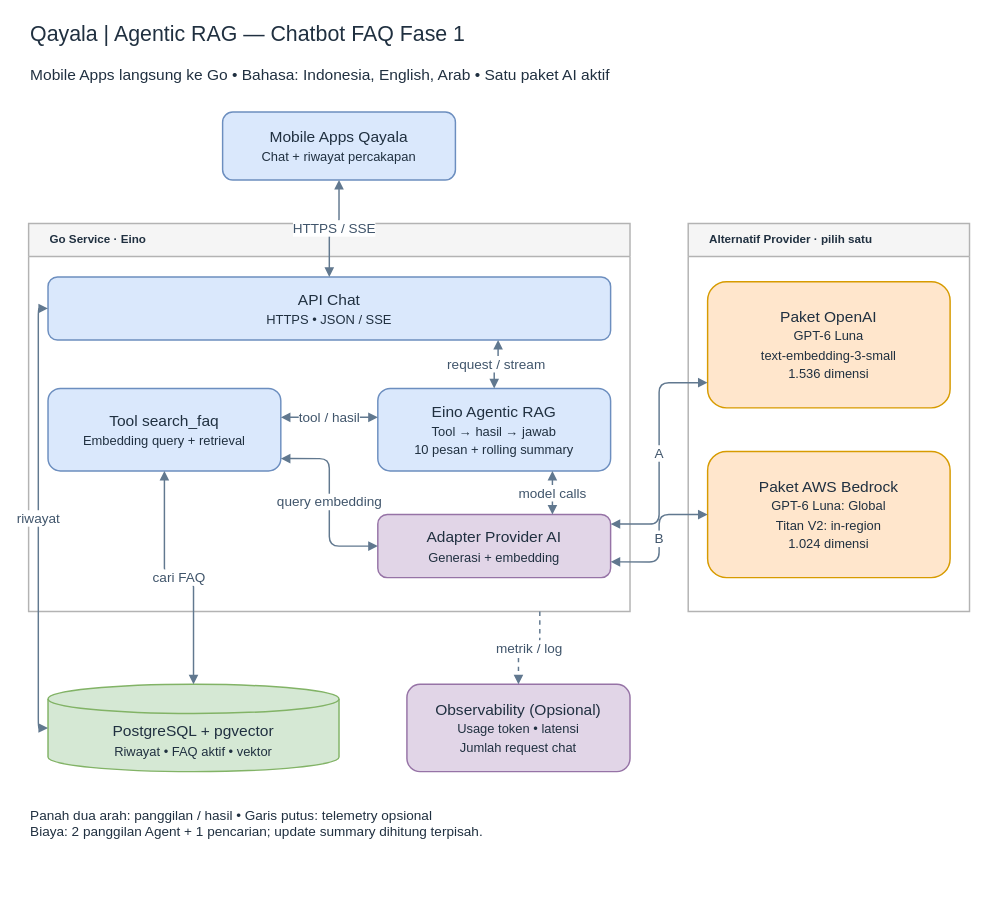
Earlier version of the draw.io diagram docs/qayala/architecture.drawio (adityapnusantara/fantastic). Source tidied: cells renumbered, new cells numbered last; positions are measured from the earlier drawing's top-left corner, leaving out a move shared by most shapes. Both pictures are drawn from the tidied source at 97%, with x=0, y=0 at pixel (28, 16).
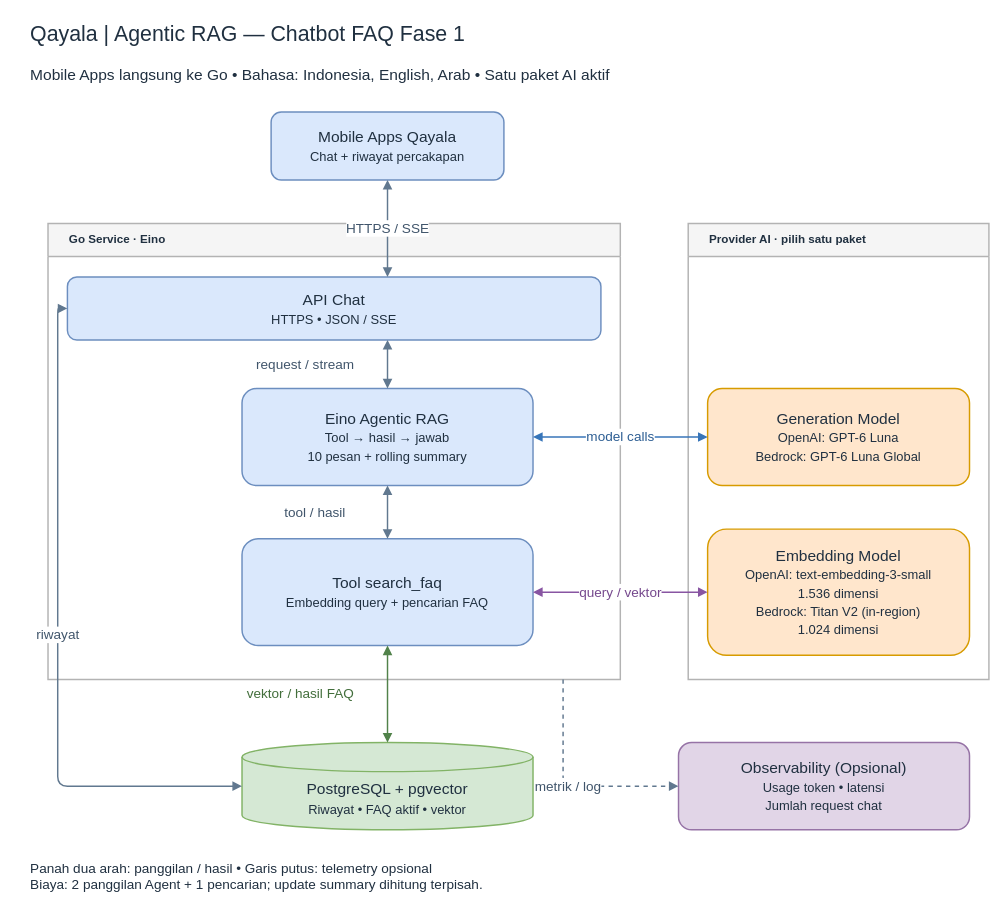
After the change.

Commit message (it also covers changes not shown here):
docs(qayala): refine model flow and cost baseline

Diff of the diagram source:
```diff
@@
     <mxCell id="4" value="Mobile Apps Qayala&lt;br&gt;&lt;small&gt;Chat + riwayat percakapan&lt;/small&gt;" style="rounded=1;whiteSpace=wrap;html=1;fontSize=16;fontColor=#203040;fillColor=#dae8fc;strokeColor=#6c8ebf;strokeWidth=1.5;spacing=10;" parent="1" vertex="1">
-      <mxGeometry x="200" y="98" width="240" height="70" as="geometry" />
+      <mxGeometry x="250" y="98" width="240" height="70" as="geometry" />
     </mxCell>
     <mxCell id="5" value="Go Service · Eino" style="rounded=1;whiteSpace=wrap;html=1;fontSize=16;fontColor=#203040;fillColor=#f5f5f5;strokeColor=#b3b3b3;strokeWidth=1.5;spacing=10;swimlane;startSize=34;horizontal=1;rounded=0;align=left;spacingLeft=12;fontStyle=1;" parent="1" vertex="1">
-      <mxGeometry y="213" width="620" height="400" as="geometry" />
+      <mxGeometry x="20" y="213" width="590" height="470" as="geometry" />
     </mxCell>
     <mxCell id="6" value="API Chat&lt;br&gt;&lt;small&gt;HTTPS • JSON / SSE&lt;/small&gt;" style="rounded=1;whiteSpace=wrap;html=1;fontSize=16;fontColor=#203040;fillColor=#dae8fc;strokeColor=#6c8ebf;strokeWidth=1.5;spacing=10;" parent="5" vertex="1">
-      <mxGeometry x="20" y="55" width="580" height="65" as="geometry" />
+      <mxGeometry x="20" y="55" width="550" height="65" as="geometry" />
     </mxCell>
-    <mxCell id="7" value="Tool search_faq&lt;br&gt;&lt;small&gt;Embedding query + retrieval&lt;/small&gt;" style="rounded=1;whiteSpace=wrap;html=1;fontSize=16;fontColor=#203040;fillColor=#dae8fc;strokeColor=#6c8ebf;strokeWidth=1.5;spacing=10;" parent="5" vertex="1">
-      <mxGeometry x="20" y="170" width="240" height="85" as="geometry" />
+    <mxCell id="7" value="Tool search_faq&lt;br&gt;&lt;small&gt;Embedding query + pencarian FAQ&lt;/small&gt;" style="rounded=1;whiteSpace=wrap;html=1;fontSize=16;fontColor=#203040;fillColor=#dae8fc;strokeColor=#6c8ebf;strokeWidth=1.5;spacing=10;" parent="5" vertex="1">
+      <mxGeometry x="200" y="325" width="300" height="110" as="geometry" />
     </mxCell>
     <mxCell id="8" value="Eino Agentic RAG&lt;br&gt;&lt;small&gt;Tool → hasil → jawab&lt;br&gt;10 pesan + rolling summary&lt;/small&gt;" style="rounded=1;whiteSpace=wrap;html=1;fontSize=16;fontColor=#203040;fillColor=#dae8fc;strokeColor=#6c8ebf;strokeWidth=1.5;spacing=10;" parent="5" vertex="1">
-      <mxGeometry x="360" y="170" width="240" height="85" as="geometry" />
+      <mxGeometry x="200" y="170" width="300" height="100" as="geometry" />
     </mxCell>
-    <mxCell id="9" value="Adapter Provider AI&lt;br&gt;&lt;small&gt;Generasi + embedding&lt;/small&gt;" style="rounded=1;whiteSpace=wrap;html=1;fontSize=16;fontColor=#203040;fillColor=#e1d5e7;strokeColor=#9673a6;strokeWidth=1.5;spacing=10;" parent="5" vertex="1">
-      <mxGeometry x="360" y="300" width="240" height="65" as="geometry" />
-    </mxCell>
-    <mxCell id="10" value="Alternatif Provider · pilih satu" style="rounded=1;whiteSpace=wrap;html=1;fontSize=16;fontColor=#203040;fillColor=#f5f5f5;strokeColor=#b3b3b3;strokeWidth=1.5;spacing=10;swimlane;startSize=34;horizontal=1;rounded=0;align=left;spacingLeft=12;fontStyle=1;" parent="1" vertex="1">
-      <mxGeometry x="680" y="213" width="290" height="400" as="geometry" />
+    <mxCell id="10" value="Provider AI · pilih satu paket" style="rounded=1;whiteSpace=wrap;html=1;fontSize=16;fontColor=#203040;fillColor=#f5f5f5;strokeColor=#b3b3b3;strokeWidth=1.5;spacing=10;swimlane;startSize=34;horizontal=1;rounded=0;align=left;spacingLeft=12;fontStyle=1;" parent="1" vertex="1">
+      <mxGeometry x="680" y="213" width="310" height="470" as="geometry" />
     </mxCell>
-    <mxCell id="11" value="Paket OpenAI&lt;br&gt;&lt;small&gt;GPT-6 Luna&lt;br&gt;text-embedding-3-small&lt;br&gt;1.536 dimensi&lt;/small&gt;" style="rounded=1;whiteSpace=wrap;html=1;fontSize=16;fontColor=#203040;fillColor=#ffe6cc;strokeColor=#d79b00;strokeWidth=1.5;spacing=10;" parent="10" vertex="1">
-      <mxGeometry x="20" y="60" width="250" height="130" as="geometry" />
-    </mxCell>
-    <mxCell id="12" value="Paket AWS Bedrock&lt;br&gt;&lt;small&gt;GPT-6 Luna: Global&lt;br&gt;Titan V2: in-region&lt;br&gt;1.024 dimensi&lt;/small&gt;" style="rounded=1;whiteSpace=wrap;html=1;fontSize=16;fontColor=#203040;fillColor=#ffe6cc;strokeColor=#d79b00;strokeWidth=1.5;spacing=10;" parent="10" vertex="1">
-      <mxGeometry x="20" y="235" width="250" height="130" as="geometry" />
-    </mxCell>
     <mxCell id="13" value="PostgreSQL + pgvector&lt;br&gt;&lt;small&gt;Riwayat • FAQ aktif • vektor&lt;/small&gt;" style="rounded=1;whiteSpace=wrap;html=1;fontSize=16;fontColor=#203040;fillColor=#d5e8d4;strokeColor=#82b366;strokeWidth=1.5;spacing=10;shape=cylinder3;boundedLbl=1;" parent="1" vertex="1">
-      <mxGeometry x="20" y="688" width="300" height="90" as="geometry" />
+      <mxGeometry x="220" y="748" width="300" height="90" as="geometry" />
     </mxCell>
     <mxCell id="14" value="Observability (Opsional)&lt;br&gt;&lt;small&gt;Usage token • latensi&lt;br&gt;Jumlah request chat&lt;/small&gt;" style="rounded=1;whiteSpace=wrap;html=1;fontSize=16;fontColor=#203040;fillColor=#e1d5e7;strokeColor=#9673a6;strokeWidth=1.5;spacing=10;" parent="1" vertex="1">
-      <mxGeometry x="390" y="688" width="230" height="90" as="geometry" />
+      <mxGeometry x="670" y="748" width="300" height="90" as="geometry" />
     </mxCell>
-    <mxCell id="15" value="HTTPS / SSE" style="edgeStyle=orthogonalEdgeStyle;rounded=1;html=1;fontSize=14;fontColor=#40556b;strokeColor=#61788f;strokeWidth=1.5;endArrow=block;endFill=1;labelBackgroundColor=#ffffff;startArrow=block;startFill=1;exitX=0.5;exitY=1;entryX=0.5;entryY=0;" parent="1" edge="1" source="4" target="6">
+    <mxCell id="15" value="HTTPS / SSE" style="edgeStyle=orthogonalEdgeStyle;rounded=1;html=1;fontSize=14;fontColor=#40556b;strokeColor=#61788f;strokeWidth=1.5;endArrow=block;endFill=1;labelBackgroundColor=#ffffff;startArrow=block;startFill=1;exitX=0.5;exitY=1;entryX=0.6;entryY=0;" parent="1" edge="1" source="4" target="6">
       <mxGeometry relative="1" as="geometry" />
     </mxCell>
-    <mxCell id="16" value="request / stream" style="edgeStyle=orthogonalEdgeStyle;rounded=1;html=1;fontSize=14;fontColor=#40556b;strokeColor=#61788f;strokeWidth=1.5;endArrow=block;endFill=1;labelBackgroundColor=#ffffff;exitX=0.8;exitY=1;entryX=0.5;entryY=0;startArrow=block;startFill=1;" parent="5" edge="1" source="6" target="8">
-      <mxGeometry relative="1" as="geometry" />
+    <mxCell id="16" value="request / stream" style="edgeStyle=orthogonalEdgeStyle;rounded=1;html=1;fontSize=14;fontColor=#40556b;strokeColor=#61788f;strokeWidth=1.5;endArrow=block;endFill=1;labelBackgroundColor=#ffffff;startArrow=block;startFill=1;exitX=0.6;exitY=1;entryX=0.5;entryY=0;" parent="5" edge="1" source="6" target="8">
+      <mxGeometry relative="1" as="geometry">
+        <mxPoint x="-85" as="offset" />
+      </mxGeometry>
     </mxCell>
-    <mxCell id="17" value="tool / hasil" style="edgeStyle=orthogonalEdgeStyle;rounded=1;html=1;fontSize=14;fontColor=#40556b;strokeColor=#61788f;strokeWidth=1.5;endArrow=block;endFill=1;labelBackgroundColor=#ffffff;exitX=0;exitY=0.35;entryX=1;entryY=0.35;startArrow=block;startFill=1;" parent="5" edge="1" source="8" target="7">
-      <mxGeometry relative="1" as="geometry" />
+    <mxCell id="17" value="tool / hasil" style="edgeStyle=orthogonalEdgeStyle;rounded=1;html=1;fontSize=14;fontColor=#40556b;strokeColor=#61788f;strokeWidth=1.5;endArrow=block;endFill=1;labelBackgroundColor=#ffffff;startArrow=block;startFill=1;exitX=0.5;exitY=1;entryX=0.5;entryY=0;" parent="5" edge="1" source="8" target="7">
+      <mxGeometry relative="1" as="geometry">
+        <mxPoint x="-75" as="offset" />
+      </mxGeometry>
     </mxCell>
-    <mxCell id="18" value="query embedding" style="edgeStyle=orthogonalEdgeStyle;rounded=1;html=1;fontSize=14;fontColor=#40556b;strokeColor=#61788f;strokeWidth=1.5;endArrow=block;endFill=1;labelBackgroundColor=#ffffff;startArrow=block;startFill=1;exitX=1;exitY=0.85;entryX=0;entryY=0.5;" parent="5" edge="1" source="7" target="9">
-      <mxGeometry relative="1" as="geometry" />
-    </mxCell>
-    <mxCell id="19" value="model calls" style="edgeStyle=orthogonalEdgeStyle;rounded=1;html=1;fontSize=14;fontColor=#40556b;strokeColor=#61788f;strokeWidth=1.5;endArrow=block;endFill=1;labelBackgroundColor=#ffffff;startArrow=block;startFill=1;exitX=0.75;exitY=1;entryX=0.75;entryY=0;" parent="5" edge="1" source="8" target="9">
-      <mxGeometry relative="1" as="geometry" />
-    </mxCell>
-    <mxCell id="20" value="A" style="edgeStyle=orthogonalEdgeStyle;rounded=1;html=1;fontSize=14;fontColor=#40556b;strokeColor=#61788f;strokeWidth=1.5;endArrow=block;endFill=1;labelBackgroundColor=#ffffff;startArrow=block;startFill=1;exitX=1;exitY=0.15;entryX=0;entryY=0.8;" parent="1" edge="1" source="9" target="11">
-      <mxGeometry relative="1" as="geometry" />
-    </mxCell>
-    <mxCell id="21" value="B" style="edgeStyle=orthogonalEdgeStyle;rounded=1;html=1;fontSize=14;fontColor=#40556b;strokeColor=#61788f;strokeWidth=1.5;endArrow=block;endFill=1;labelBackgroundColor=#ffffff;startArrow=block;startFill=1;exitX=1;exitY=0.75;entryX=0;entryY=0.5;" parent="1" edge="1" source="9" target="12">
-      <mxGeometry relative="1" as="geometry" />
-    </mxCell>
-    <mxCell id="22" value="cari FAQ" style="edgeStyle=orthogonalEdgeStyle;rounded=1;html=1;fontSize=14;fontColor=#40556b;strokeColor=#61788f;strokeWidth=1.5;endArrow=block;endFill=1;labelBackgroundColor=#ffffff;startArrow=block;startFill=1;exitX=0.5;exitY=1;entryX=0.5;entryY=0;" parent="1" edge="1" source="7" target="13">
-      <mxGeometry relative="1" as="geometry" />
+    <mxCell id="22" value="vektor / hasil FAQ" style="edgeStyle=orthogonalEdgeStyle;rounded=1;html=1;fontSize=14;strokeWidth=1.5;endArrow=block;endFill=1;labelBackgroundColor=#ffffff;startArrow=block;startFill=1;exitX=0.5;exitY=1;entryX=0.5;entryY=0;strokeColor=#51824a;fontColor=#426e3b;" parent="1" edge="1" source="7" target="13">
+      <mxGeometry relative="1" as="geometry">
+        <mxPoint x="-90" as="offset" />
+      </mxGeometry>
     </mxCell>
@@
-    <mxCell id="24" value="metrik / log" style="edgeStyle=orthogonalEdgeStyle;rounded=1;html=1;fontSize=14;fontColor=#40556b;strokeColor=#61788f;strokeWidth=1.5;endArrow=block;endFill=1;labelBackgroundColor=#ffffff;dashed=1;exitX=0.85;exitY=1;entryX=0.5;entryY=0;" parent="1" edge="1" source="5" target="14">
+    <mxCell id="24" value="metrik / log" style="edgeStyle=orthogonalEdgeStyle;rounded=1;html=1;fontSize=14;fontColor=#40556b;strokeColor=#61788f;strokeWidth=1.5;endArrow=block;endFill=1;labelBackgroundColor=#ffffff;dashed=1;exitX=0.9;exitY=1;entryX=0;entryY=0.5;" parent="1" edge="1" source="5" target="14">
       <mxGeometry relative="1" as="geometry" />
     </mxCell>
     <mxCell id="25" value="Panah dua arah: panggilan / hasil • Garis putus: telemetry opsional&lt;br&gt;Biaya: 2 panggilan Agent + 1 pencarian; update summary dihitung terpisah." style="text;html=1;whiteSpace=wrap;align=left;verticalAlign=middle;fontSize=14;fontColor=#203040;fillColor=none;strokeColor=none;" parent="1" vertex="1">
-      <mxGeometry y="803" width="980" height="55" as="geometry" />
+      <mxGeometry y="858" width="980" height="55" as="geometry" />
     </mxCell>
+    <mxCell id="26" value="Generation Model&lt;br&gt;&lt;small&gt;OpenAI: GPT-6 Luna&lt;br&gt;Bedrock: GPT-6 Luna Global&lt;/small&gt;" style="rounded=1;whiteSpace=wrap;html=1;fontSize=16;fontColor=#203040;fillColor=#ffe6cc;strokeColor=#d79b00;strokeWidth=1.5;spacing=10;" parent="10" vertex="1">
+      <mxGeometry x="20" y="170" width="270" height="100" as="geometry" />
+    </mxCell>
+    <mxCell id="27" value="Embedding Model&lt;br&gt;&lt;small&gt;OpenAI: text-embedding-3-small&lt;br&gt;1.536 dimensi&lt;br&gt;Bedrock: Titan V2 (in-region)&lt;br&gt;1.024 dimensi&lt;/small&gt;" style="rounded=1;whiteSpace=wrap;html=1;fontSize=16;fontColor=#203040;fillColor=#ffe6cc;strokeColor=#d79b00;strokeWidth=1.5;spacing=10;" parent="10" vertex="1">
+      <mxGeometry x="20" y="315" width="270" height="130" as="geometry" />
+    </mxCell>
+    <mxCell id="19" value="model calls" style="edgeStyle=orthogonalEdgeStyle;rounded=1;html=1;fontSize=14;strokeWidth=1.5;endArrow=block;endFill=1;startArrow=block;startFill=1;labelBackgroundColor=#ffffff;exitX=1;exitY=0.5;entryX=0;entryY=0.5;strokeColor=#3775b9;fontColor=#2d5e93;" parent="1" edge="1" source="8" target="26">
+      <mxGeometry relative="1" as="geometry" />
+    </mxCell>
+    <mxCell id="28" value="query / vektor" style="edgeStyle=orthogonalEdgeStyle;rounded=1;html=1;fontSize=14;strokeWidth=1.5;endArrow=block;endFill=1;startArrow=block;startFill=1;labelBackgroundColor=#ffffff;exitX=1;exitY=0.5;entryX=0;entryY=0.5;strokeColor=#8855a2;fontColor=#75488d;" parent="1" edge="1" source="7" target="27">
+      <mxGeometry relative="1" as="geometry" />
+    </mxCell>
```
